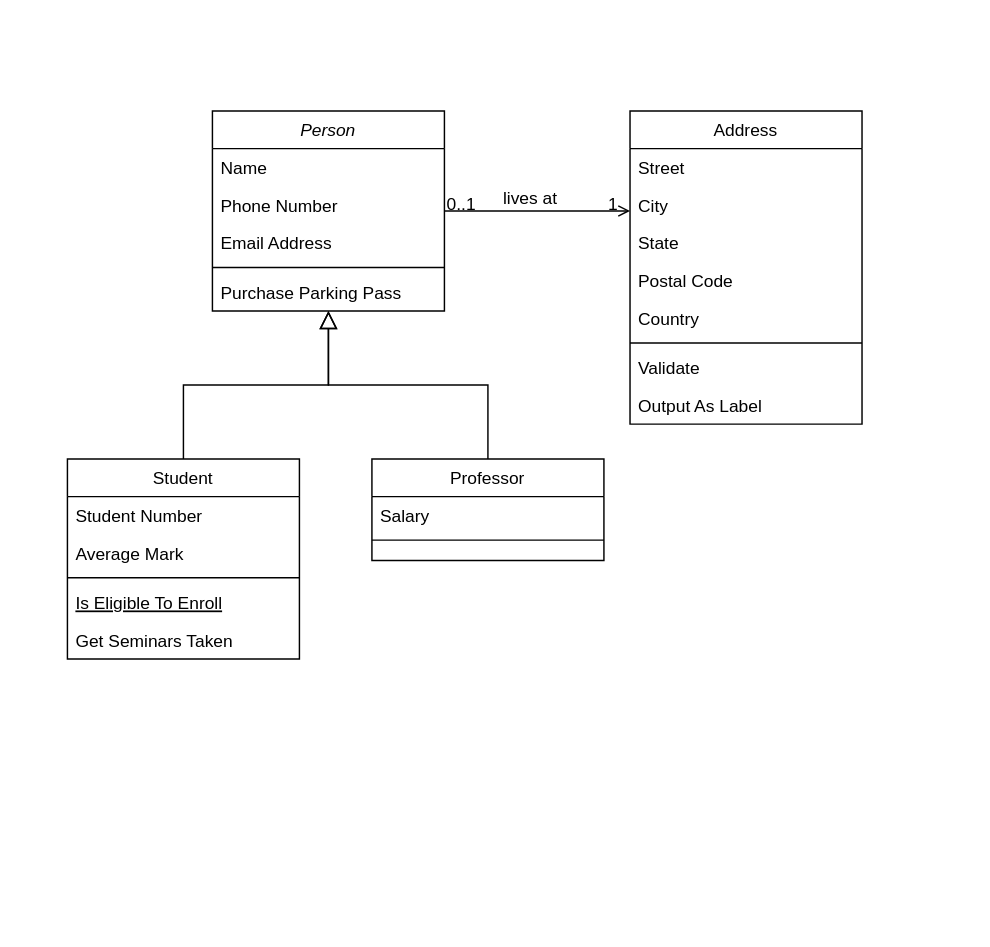
This is Untitled Diagram.drawio from joriszuretti/python, a draw.io file, before an edit. Source tidied: cells renumbered, new cells numbered last; positions are measured from the earlier drawing's top-left corner, leaving out a move shared by most shapes. Both pictures are drawn from the tidied source at 145%, with x=0, y=0 at pixel (67, 110).
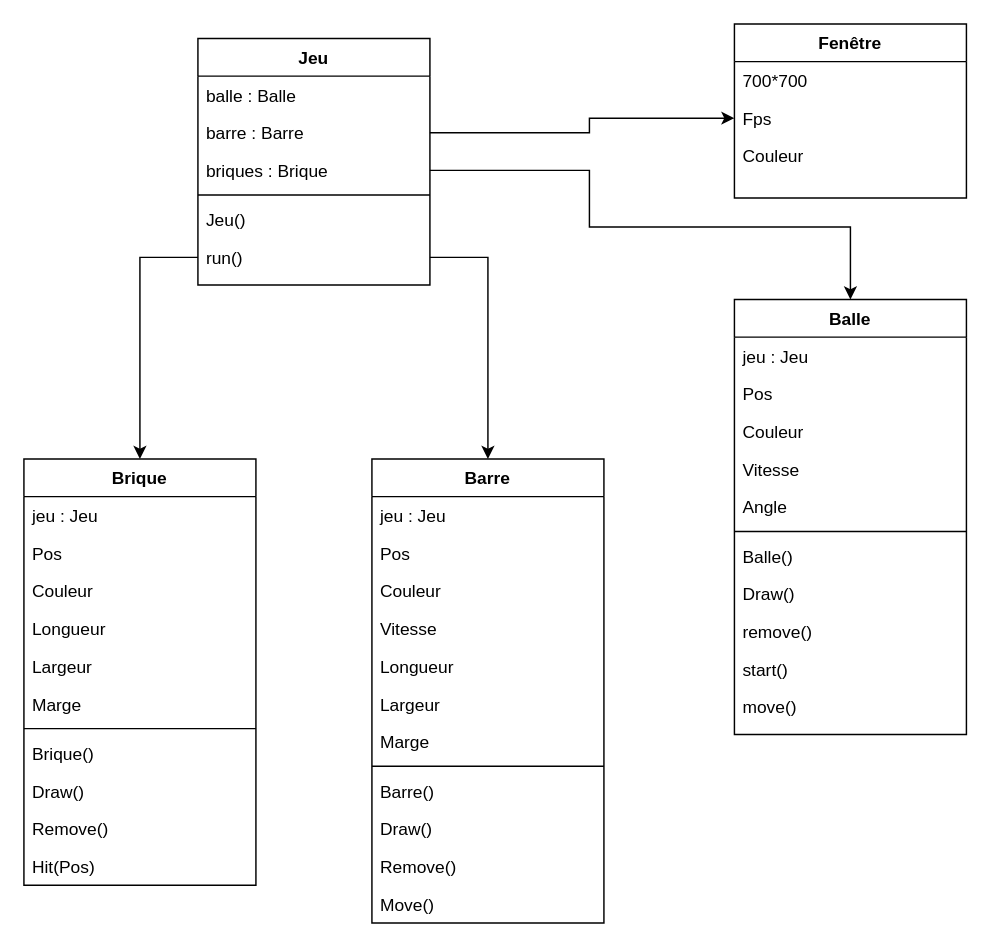
The same page after the edit.

Diff of the diagram source:
```diff
@@
-    <mxCell id="2" value="Person" style="swimlane;fontStyle=2;align=center;verticalAlign=top;horizontal=1;startSize=26;rounded=0;shadow=0;strokeWidth=1;" parent="1" vertex="1">
-      <mxGeometry x="100" width="160" height="138" as="geometry" />
+    <mxCell id="2" value="Jeu" style="swimlane;fontStyle=1;align=center;verticalAlign=top;horizontal=1;startSize=26;rounded=0;shadow=0;strokeWidth=1;" parent="1" vertex="1">
+      <mxGeometry x="90" y="-50" width="160" height="170" as="geometry" />
     </mxCell>
-    <mxCell id="3" value="Name" style="text;align=left;verticalAlign=top;spacingLeft=4;spacingRight=4;overflow=hidden;" parent="2" vertex="1">
+    <mxCell id="3" value="balle : Balle" style="text;align=left;verticalAlign=top;spacingLeft=4;spacingRight=4;overflow=hidden;" parent="2" vertex="1">
       <mxGeometry y="26" width="160" height="26" as="geometry" />
     </mxCell>
-    <mxCell id="4" value="Phone Number" style="text;align=left;verticalAlign=top;spacingLeft=4;spacingRight=4;overflow=hidden;points=[[0,0.5],[1,0.5]];portConstraint=eastwest;rounded=0;shadow=0;html=0;" parent="2" vertex="1">
+    <mxCell id="4" value="barre : Barre" style="text;align=left;verticalAlign=top;spacingLeft=4;spacingRight=4;overflow=hidden;points=[[0,0.5],[1,0.5]];portConstraint=eastwest;rounded=0;shadow=0;html=0;" parent="2" vertex="1">
       <mxGeometry y="52" width="160" height="26" as="geometry" />
     </mxCell>
-    <mxCell id="5" value="Email Address" style="text;align=left;verticalAlign=top;spacingLeft=4;spacingRight=4;overflow=hidden;points=[[0,0.5],[1,0.5]];portConstraint=eastwest;rounded=0;shadow=0;html=0;" parent="2" vertex="1">
+    <mxCell id="5" value="briques : Brique" style="text;align=left;verticalAlign=top;spacingLeft=4;spacingRight=4;overflow=hidden;points=[[0,0.5],[1,0.5]];portConstraint=eastwest;rounded=0;shadow=0;html=0;" parent="2" vertex="1">
       <mxGeometry y="78" width="160" height="26" as="geometry" />
     </mxCell>
@@
-    <mxCell id="7" value="Purchase Parking Pass" style="text;align=left;verticalAlign=top;spacingLeft=4;spacingRight=4;overflow=hidden;" parent="2" vertex="1">
+    <mxCell id="7" value="Jeu()&#10;" style="text;align=left;verticalAlign=top;spacingLeft=4;spacingRight=4;overflow=hidden;" parent="2" vertex="1">
       <mxGeometry y="112" width="160" height="26" as="geometry" />
     </mxCell>
+    <mxCell id="32" value="run()&#10;" style="text;align=left;verticalAlign=top;spacingLeft=4;spacingRight=4;overflow=hidden;points=[[0,0.5],[1,0.5]];portConstraint=eastwest;" parent="2" vertex="1">
+      <mxGeometry y="138" width="160" height="26" as="geometry" />
+    </mxCell>
-    <mxCell id="8" value="Student" style="swimlane;fontStyle=0;align=center;verticalAlign=top;horizontal=1;startSize=26;rounded=0;shadow=0;strokeWidth=1;" parent="1" vertex="1">
-      <mxGeometry y="240" width="160" height="138" as="geometry" />
+    <mxCell id="8" value="Brique" style="swimlane;fontStyle=1;align=center;verticalAlign=top;horizontal=1;startSize=26;rounded=0;shadow=0;strokeWidth=1;" parent="1" vertex="1">
+      <mxGeometry x="-30" y="240" width="160" height="294" as="geometry" />
     </mxCell>
-    <mxCell id="9" value="Student Number" style="text;align=left;verticalAlign=top;spacingLeft=4;spacingRight=4;overflow=hidden;" parent="8" vertex="1">
+    <mxCell id="9" value="jeu : Jeu" style="text;align=left;verticalAlign=top;spacingLeft=4;spacingRight=4;overflow=hidden;" parent="8" vertex="1">
       <mxGeometry y="26" width="160" height="26" as="geometry" />
     </mxCell>
+    <mxCell id="33" value="Pos" style="text;align=left;verticalAlign=top;spacingLeft=4;spacingRight=4;overflow=hidden;rounded=0;shadow=0;html=0;" parent="8" vertex="1">
+      <mxGeometry y="52" width="160" height="26" as="geometry" />
+    </mxCell>
-    <mxCell id="10" value="Average Mark" style="text;align=left;verticalAlign=top;spacingLeft=4;spacingRight=4;overflow=hidden;rounded=0;shadow=0;html=0;" parent="8" vertex="1">
-      <mxGeometry y="52" width="160" height="26" as="geometry" />
+    <mxCell id="10" value="Couleur" style="text;align=left;verticalAlign=top;spacingLeft=4;spacingRight=4;overflow=hidden;rounded=0;shadow=0;html=0;" parent="8" vertex="1">
+      <mxGeometry y="78" width="160" height="26" as="geometry" />
     </mxCell>
+    <mxCell id="34" value="Longueur" style="text;align=left;verticalAlign=top;spacingLeft=4;spacingRight=4;overflow=hidden;rounded=0;shadow=0;html=0;" parent="8" vertex="1">
+      <mxGeometry y="104" width="160" height="26" as="geometry" />
+    </mxCell>
+    <mxCell id="35" value="Largeur" style="text;align=left;verticalAlign=top;spacingLeft=4;spacingRight=4;overflow=hidden;rounded=0;shadow=0;html=0;" parent="8" vertex="1">
+      <mxGeometry y="130" width="160" height="26" as="geometry" />
+    </mxCell>
+    <mxCell id="36" value="Marge" style="text;align=left;verticalAlign=top;spacingLeft=4;spacingRight=4;overflow=hidden;rounded=0;shadow=0;html=0;" parent="8" vertex="1">
+      <mxGeometry y="156" width="160" height="26" as="geometry" />
+    </mxCell>
     <mxCell id="11" style="line;html=1;strokeWidth=1;align=left;verticalAlign=middle;spacingTop=-1;spacingLeft=3;spacingRight=3;labelPosition=right;" parent="8" vertex="1">
-      <mxGeometry y="78" width="160" height="8" as="geometry" />
+      <mxGeometry y="182" width="160" height="8" as="geometry" />
     </mxCell>
-    <mxCell id="12" value="Is Eligible To Enroll" style="text;align=left;verticalAlign=top;spacingLeft=4;spacingRight=4;overflow=hidden;fontStyle=4;" parent="8" vertex="1">
-      <mxGeometry y="86" width="160" height="26" as="geometry" />
+    <mxCell id="12" value="Brique()" style="text;align=left;verticalAlign=top;spacingLeft=4;spacingRight=4;overflow=hidden;fontStyle=0;" parent="8" vertex="1">
+      <mxGeometry y="190" width="160" height="26" as="geometry" />
     </mxCell>
-    <mxCell id="13" value="Get Seminars Taken" style="text;align=left;verticalAlign=top;spacingLeft=4;spacingRight=4;overflow=hidden;" parent="8" vertex="1">
-      <mxGeometry y="112" width="160" height="26" as="geometry" />
+    <mxCell id="13" value="Draw()" style="text;align=left;verticalAlign=top;spacingLeft=4;spacingRight=4;overflow=hidden;" parent="8" vertex="1">
+      <mxGeometry y="216" width="160" height="26" as="geometry" />
     </mxCell>
-    <mxCell id="14" style="endArrow=block;endSize=10;endFill=0;shadow=0;strokeWidth=1;rounded=0;edgeStyle=elbowEdgeStyle;elbow=vertical;" parent="1" edge="1" source="8" target="2">
-      <mxGeometry relative="1" as="geometry" />
-    </mxCell>
+    <mxCell id="37" value="Remove()" style="text;align=left;verticalAlign=top;spacingLeft=4;spacingRight=4;overflow=hidden;" parent="8" vertex="1">
+      <mxGeometry y="242" width="160" height="26" as="geometry" />
+    </mxCell>
+    <mxCell id="38" value="Hit(Pos)" style="text;align=left;verticalAlign=top;spacingLeft=4;spacingRight=4;overflow=hidden;" parent="8" vertex="1">
+      <mxGeometry y="268" width="160" height="26" as="geometry" />
+    </mxCell>
-    <mxCell id="15" value="Professor" style="swimlane;fontStyle=0;align=center;verticalAlign=top;horizontal=1;startSize=26;rounded=0;shadow=0;strokeWidth=1;" parent="1" vertex="1">
-      <mxGeometry x="210" y="240" width="160" height="70" as="geometry" />
+    <mxCell id="15" value="Barre" style="swimlane;fontStyle=1;align=center;verticalAlign=top;horizontal=1;startSize=26;rounded=0;shadow=0;strokeWidth=1;" parent="1" vertex="1">
+      <mxGeometry x="210" y="240" width="160" height="320" as="geometry" />
     </mxCell>
-    <mxCell id="16" value="Salary" style="text;align=left;verticalAlign=top;spacingLeft=4;spacingRight=4;overflow=hidden;" parent="15" vertex="1">
+    <mxCell id="16" value="jeu : Jeu" style="text;align=left;verticalAlign=top;spacingLeft=4;spacingRight=4;overflow=hidden;" parent="15" vertex="1">
       <mxGeometry y="26" width="160" height="26" as="geometry" />
     </mxCell>
+    <mxCell id="39" value="Pos" style="text;align=left;verticalAlign=top;spacingLeft=4;spacingRight=4;overflow=hidden;" parent="15" vertex="1">
+      <mxGeometry y="52" width="160" height="26" as="geometry" />
+    </mxCell>
+    <mxCell id="40" value="Couleur" style="text;align=left;verticalAlign=top;spacingLeft=4;spacingRight=4;overflow=hidden;" parent="15" vertex="1">
+      <mxGeometry y="78" width="160" height="26" as="geometry" />
+    </mxCell>
+    <mxCell id="41" value="Vitesse" style="text;align=left;verticalAlign=top;spacingLeft=4;spacingRight=4;overflow=hidden;" parent="15" vertex="1">
+      <mxGeometry y="104" width="160" height="26" as="geometry" />
+    </mxCell>
+    <mxCell id="42" value="Longueur" style="text;align=left;verticalAlign=top;spacingLeft=4;spacingRight=4;overflow=hidden;" parent="15" vertex="1">
+      <mxGeometry y="130" width="160" height="26" as="geometry" />
+    </mxCell>
+    <mxCell id="43" value="Largeur" style="text;align=left;verticalAlign=top;spacingLeft=4;spacingRight=4;overflow=hidden;" parent="15" vertex="1">
+      <mxGeometry y="156" width="160" height="26" as="geometry" />
+    </mxCell>
+    <mxCell id="44" value="Marge" style="text;align=left;verticalAlign=top;spacingLeft=4;spacingRight=4;overflow=hidden;" parent="15" vertex="1">
+      <mxGeometry y="182" width="160" height="26" as="geometry" />
+    </mxCell>
     <mxCell id="17" style="line;html=1;strokeWidth=1;align=left;verticalAlign=middle;spacingTop=-1;spacingLeft=3;spacingRight=3;labelPosition=right;" parent="15" vertex="1">
-      <mxGeometry y="52" width="160" height="8" as="geometry" />
+      <mxGeometry y="208" width="160" height="8" as="geometry" />
     </mxCell>
-    <mxCell id="18" style="endArrow=block;endSize=10;endFill=0;shadow=0;strokeWidth=1;rounded=0;edgeStyle=elbowEdgeStyle;elbow=vertical;" parent="1" edge="1" source="15" target="2">
-      <mxGeometry relative="1" as="geometry" />
-    </mxCell>
+    <mxCell id="45" value="Barre()" style="text;align=left;verticalAlign=top;spacingLeft=4;spacingRight=4;overflow=hidden;" parent="15" vertex="1">
+      <mxGeometry y="216" width="160" height="26" as="geometry" />
+    </mxCell>
+    <mxCell id="46" value="Draw()" style="text;align=left;verticalAlign=top;spacingLeft=4;spacingRight=4;overflow=hidden;" parent="15" vertex="1">
+      <mxGeometry y="242" width="160" height="26" as="geometry" />
+    </mxCell>
+    <mxCell id="47" value="Remove()" style="text;align=left;verticalAlign=top;spacingLeft=4;spacingRight=4;overflow=hidden;" parent="15" vertex="1">
+      <mxGeometry y="268" width="160" height="26" as="geometry" />
+    </mxCell>
+    <mxCell id="48" value="Move()" style="text;align=left;verticalAlign=top;spacingLeft=4;spacingRight=4;overflow=hidden;" parent="15" vertex="1">
+      <mxGeometry y="294" width="160" height="26" as="geometry" />
+    </mxCell>
-    <mxCell id="19" value="Address" style="swimlane;fontStyle=0;align=center;verticalAlign=top;horizontal=1;startSize=26;rounded=0;shadow=0;strokeWidth=1;" parent="1" vertex="1">
-      <mxGeometry x="388" width="160" height="216" as="geometry" />
+    <mxCell id="19" value="Balle" style="swimlane;fontStyle=1;align=center;verticalAlign=top;horizontal=1;startSize=26;rounded=0;shadow=0;strokeWidth=1;" parent="1" vertex="1">
+      <mxGeometry x="460" y="130" width="160" height="300" as="geometry" />
     </mxCell>
-    <mxCell id="20" value="Street" style="text;align=left;verticalAlign=top;spacingLeft=4;spacingRight=4;overflow=hidden;" parent="19" vertex="1">
+    <mxCell id="20" value="jeu : Jeu" style="text;align=left;verticalAlign=top;spacingLeft=4;spacingRight=4;overflow=hidden;" parent="19" vertex="1">
       <mxGeometry y="26" width="160" height="26" as="geometry" />
     </mxCell>
-    <mxCell id="21" value="City" style="text;align=left;verticalAlign=top;spacingLeft=4;spacingRight=4;overflow=hidden;rounded=0;shadow=0;html=0;" parent="19" vertex="1">
+    <mxCell id="21" value="Pos" style="text;align=left;verticalAlign=top;spacingLeft=4;spacingRight=4;overflow=hidden;rounded=0;shadow=0;html=0;" parent="19" vertex="1">
       <mxGeometry y="52" width="160" height="26" as="geometry" />
     </mxCell>
-    <mxCell id="22" value="State" style="text;align=left;verticalAlign=top;spacingLeft=4;spacingRight=4;overflow=hidden;rounded=0;shadow=0;html=0;" parent="19" vertex="1">
+    <mxCell id="22" value="Couleur" style="text;align=left;verticalAlign=top;spacingLeft=4;spacingRight=4;overflow=hidden;rounded=0;shadow=0;html=0;" parent="19" vertex="1">
       <mxGeometry y="78" width="160" height="26" as="geometry" />
     </mxCell>
-    <mxCell id="23" value="Postal Code" style="text;align=left;verticalAlign=top;spacingLeft=4;spacingRight=4;overflow=hidden;rounded=0;shadow=0;html=0;" parent="19" vertex="1">
-      <mxGeometry y="104" width="160" height="26" as="geometry" />
-    </mxCell>
-    <mxCell id="24" value="Country" style="text;align=left;verticalAlign=top;spacingLeft=4;spacingRight=4;overflow=hidden;rounded=0;shadow=0;html=0;" parent="19" vertex="1">
-      <mxGeometry y="130" width="160" height="26" as="geometry" />
+    <mxCell id="24" value="Vitesse" style="text;align=left;verticalAlign=top;spacingLeft=4;spacingRight=4;overflow=hidden;rounded=0;shadow=0;html=0;" parent="19" vertex="1">
+      <mxGeometry y="104" width="160" height="26" as="geometry" />
     </mxCell>
+    <mxCell id="49" value="Angle" style="text;align=left;verticalAlign=top;spacingLeft=4;spacingRight=4;overflow=hidden;rounded=0;shadow=0;html=0;" parent="19" vertex="1">
+      <mxGeometry y="130" width="160" height="26" as="geometry" />
+    </mxCell>
@@
-    <mxCell id="26" value="Validate" style="text;align=left;verticalAlign=top;spacingLeft=4;spacingRight=4;overflow=hidden;" parent="19" vertex="1">
+    <mxCell id="26" value="Balle()" style="text;align=left;verticalAlign=top;spacingLeft=4;spacingRight=4;overflow=hidden;" parent="19" vertex="1">
       <mxGeometry y="164" width="160" height="26" as="geometry" />
     </mxCell>
-    <mxCell id="27" value="Output As Label" style="text;align=left;verticalAlign=top;spacingLeft=4;spacingRight=4;overflow=hidden;" parent="19" vertex="1">
+    <mxCell id="27" value="Draw()" style="text;align=left;verticalAlign=top;spacingLeft=4;spacingRight=4;overflow=hidden;" parent="19" vertex="1">
       <mxGeometry y="190" width="160" height="26" as="geometry" />
     </mxCell>
-    <mxCell id="28" style="endArrow=open;shadow=0;strokeWidth=1;rounded=0;endFill=1;edgeStyle=elbowEdgeStyle;elbow=vertical;" parent="1" edge="1" source="2" target="19">
-      <mxGeometry x="0.5" y="41" relative="1" as="geometry">
-        <mxPoint x="-40" y="32" as="offset" />
-      </mxGeometry>
-    </mxCell>
-    <mxCell id="29" value="0..1" style="align=left;verticalAlign=bottom;labelBackgroundColor=none;fontSize=12;" parent="28" vertex="1">
-      <mxGeometry x="-1" relative="1" as="geometry">
-        <mxPoint y="4" as="offset" />
-      </mxGeometry>
-    </mxCell>
-    <mxCell id="30" value="1" style="align=right;verticalAlign=bottom;labelBackgroundColor=none;fontSize=12;" parent="28" vertex="1">
-      <mxGeometry x="1" relative="1" as="geometry">
-        <mxPoint x="-7" y="4" as="offset" />
-      </mxGeometry>
-    </mxCell>
-    <mxCell id="31" value="lives at" style="text;html=1;align=center;verticalAlign=middle;labelBackgroundColor=none;rounded=0;shadow=0;strokeWidth=1;fontSize=12;" parent="28" vertex="1">
-      <mxGeometry x="0.5" y="49" relative="1" as="geometry">
-        <mxPoint x="-38" y="40" as="offset" />
-      </mxGeometry>
-    </mxCell>
+    <mxCell id="50" value="remove()" style="text;align=left;verticalAlign=top;spacingLeft=4;spacingRight=4;overflow=hidden;" parent="19" vertex="1">
+      <mxGeometry y="216" width="160" height="26" as="geometry" />
+    </mxCell>
+    <mxCell id="51" value="start()" style="text;align=left;verticalAlign=top;spacingLeft=4;spacingRight=4;overflow=hidden;" parent="19" vertex="1">
+      <mxGeometry y="242" width="160" height="26" as="geometry" />
+    </mxCell>
+    <mxCell id="52" value="move()" style="text;align=left;verticalAlign=top;spacingLeft=4;spacingRight=4;overflow=hidden;" parent="19" vertex="1">
+      <mxGeometry y="268" width="160" height="26" as="geometry" />
+    </mxCell>
+    <mxCell id="53" value="Fenêtre" style="swimlane;fontStyle=1;align=center;verticalAlign=top;horizontal=1;startSize=26;rounded=0;shadow=0;strokeWidth=1;" parent="1" vertex="1">
+      <mxGeometry x="460" y="-60" width="160" height="120" as="geometry" />
+    </mxCell>
+    <mxCell id="54" value="700*700" style="text;align=left;verticalAlign=top;spacingLeft=4;spacingRight=4;overflow=hidden;" parent="53" vertex="1">
+      <mxGeometry y="26" width="160" height="26" as="geometry" />
+    </mxCell>
+    <mxCell id="55" value="Fps" style="text;align=left;verticalAlign=top;spacingLeft=4;spacingRight=4;overflow=hidden;points=[[0,0.5],[1,0.5]];portConstraint=eastwest;" parent="53" vertex="1">
+      <mxGeometry y="52" width="160" height="26" as="geometry" />
+    </mxCell>
+    <mxCell id="56" value="Couleur" style="text;align=left;verticalAlign=top;spacingLeft=4;spacingRight=4;overflow=hidden;" parent="53" vertex="1">
+      <mxGeometry y="78" width="160" height="26" as="geometry" />
+    </mxCell>
+    <mxCell id="57" style="edgeStyle=orthogonalEdgeStyle;rounded=0;jettySize=auto;html=1;exitX=1;exitY=0.5;exitDx=0;exitDy=0;entryX=0;entryY=0.5;entryDx=0;entryDy=0;" parent="1" edge="1" source="4" target="55">
+      <mxGeometry relative="1" as="geometry">
+        <Array as="points">
+          <mxPoint x="360" y="15" />
+          <mxPoint x="360" y="5" />
+        </Array>
+      </mxGeometry>
+    </mxCell>
+    <mxCell id="58" style="edgeStyle=orthogonalEdgeStyle;rounded=0;jettySize=auto;html=1;exitX=1;exitY=0.5;exitDx=0;exitDy=0;entryX=0.5;entryY=0;entryDx=0;entryDy=0;" parent="1" edge="1" source="5" target="19">
+      <mxGeometry relative="1" as="geometry">
+        <Array as="points">
+          <mxPoint x="360" y="41" />
+          <mxPoint x="360" y="80" />
+          <mxPoint x="540" y="80" />
+        </Array>
+      </mxGeometry>
+    </mxCell>
+    <mxCell id="59" style="edgeStyle=orthogonalEdgeStyle;rounded=0;jettySize=auto;html=1;exitX=1;exitY=0.5;exitDx=0;exitDy=0;" parent="1" edge="1" source="32" target="15">
+      <mxGeometry relative="1" as="geometry" />
+    </mxCell>
+    <mxCell id="60" style="edgeStyle=orthogonalEdgeStyle;rounded=0;jettySize=auto;html=1;exitX=0;exitY=0.5;exitDx=0;exitDy=0;" parent="1" edge="1" source="32" target="8">
+      <mxGeometry relative="1" as="geometry" />
+    </mxCell>
```
